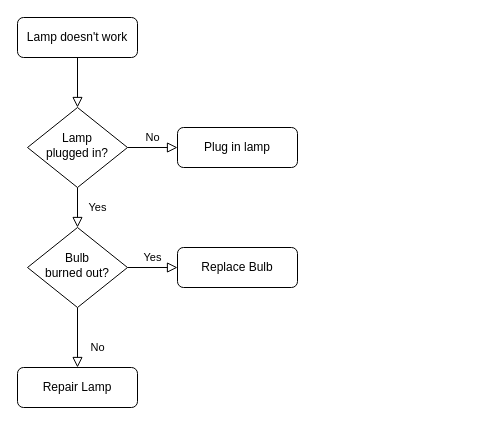
Above: architecture.drawio in s-martha/haha.ru (draw.io), before the change. Source tidied: cells renumbered, new cells numbered last; positions are measured from the earlier drawing's top-left corner, leaving out a move shared by most shapes. Both pictures are drawn from the tidied source at 100%, with x=0, y=0 at pixel (17, 17).
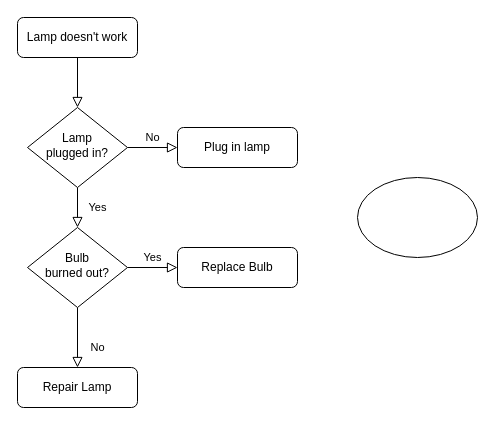
Above is the later version.

Diff of the diagram source:
```diff
@@
 <mxGraphModel>
   <root>
     <mxCell id="0" />
     <mxCell id="1" parent="0" />
     <mxCell id="2" style="rounded=0;html=1;jettySize=auto;fontSize=11;endArrow=block;endFill=0;endSize=8;strokeWidth=1;shadow=0;labelBackgroundColor=none;edgeStyle=orthogonalEdgeStyle;" parent="1" edge="1" source="3" target="6">
       <mxGeometry relative="1" as="geometry" />
     </mxCell>
     <mxCell id="3" value="Lamp doesn't work" style="rounded=1;whiteSpace=wrap;html=1;fontSize=12;glass=0;strokeWidth=1;shadow=0;" parent="1" vertex="1">
       <mxGeometry width="120" height="40" as="geometry" />
     </mxCell>
     <mxCell id="4" value="Yes" style="rounded=0;html=1;jettySize=auto;fontSize=11;endArrow=block;endFill=0;endSize=8;strokeWidth=1;shadow=0;labelBackgroundColor=none;edgeStyle=orthogonalEdgeStyle;" parent="1" edge="1" source="6" target="10">
       <mxGeometry y="20" relative="1" as="geometry" />
     </mxCell>
     <mxCell id="5" value="No" style="edgeStyle=orthogonalEdgeStyle;rounded=0;html=1;jettySize=auto;fontSize=11;endArrow=block;endFill=0;endSize=8;strokeWidth=1;shadow=0;labelBackgroundColor=none;" parent="1" edge="1" source="6" target="7">
       <mxGeometry y="10" relative="1" as="geometry" />
     </mxCell>
     <mxCell id="6" value="Lamp&lt;br&gt;plugged in?" style="rhombus;whiteSpace=wrap;html=1;shadow=0;fontFamily=Helvetica;fontSize=12;align=center;strokeWidth=1;spacing=6;spacingTop=-4;" parent="1" vertex="1">
       <mxGeometry x="10" y="90" width="100" height="80" as="geometry" />
     </mxCell>
     <mxCell id="7" value="Plug in lamp" style="rounded=1;whiteSpace=wrap;html=1;fontSize=12;glass=0;strokeWidth=1;shadow=0;" parent="1" vertex="1">
       <mxGeometry x="160" y="110" width="120" height="40" as="geometry" />
     </mxCell>
     <mxCell id="8" value="No" style="rounded=0;html=1;jettySize=auto;fontSize=11;endArrow=block;endFill=0;endSize=8;strokeWidth=1;shadow=0;labelBackgroundColor=none;edgeStyle=orthogonalEdgeStyle;" parent="1" edge="1" source="10" target="11">
       <mxGeometry x="0.33" y="20" relative="1" as="geometry" />
     </mxCell>
     <mxCell id="9" value="Yes" style="edgeStyle=orthogonalEdgeStyle;rounded=0;html=1;jettySize=auto;fontSize=11;endArrow=block;endFill=0;endSize=8;strokeWidth=1;shadow=0;labelBackgroundColor=none;" parent="1" edge="1" source="10" target="12">
       <mxGeometry y="10" relative="1" as="geometry" />
     </mxCell>
     <mxCell id="10" value="Bulb&lt;br&gt;burned out?" style="rhombus;whiteSpace=wrap;html=1;shadow=0;fontFamily=Helvetica;fontSize=12;align=center;strokeWidth=1;spacing=6;spacingTop=-4;" parent="1" vertex="1">
       <mxGeometry x="10" y="210" width="100" height="80" as="geometry" />
     </mxCell>
     <mxCell id="11" value="Repair Lamp" style="rounded=1;whiteSpace=wrap;html=1;fontSize=12;glass=0;strokeWidth=1;shadow=0;" parent="1" vertex="1">
       <mxGeometry y="350" width="120" height="40" as="geometry" />
     </mxCell>
     <mxCell id="12" value="Replace Bulb" style="rounded=1;whiteSpace=wrap;html=1;fontSize=12;glass=0;strokeWidth=1;shadow=0;" parent="1" vertex="1">
       <mxGeometry x="160" y="230" width="120" height="40" as="geometry" />
     </mxCell>
+    <mxCell id="13" style="ellipse;whiteSpace=wrap;html=1;" parent="1" vertex="1">
+      <mxGeometry x="340" y="160" width="120" height="80" as="geometry" />
+    </mxCell>
   </root>
 </mxGraphModel>
```
